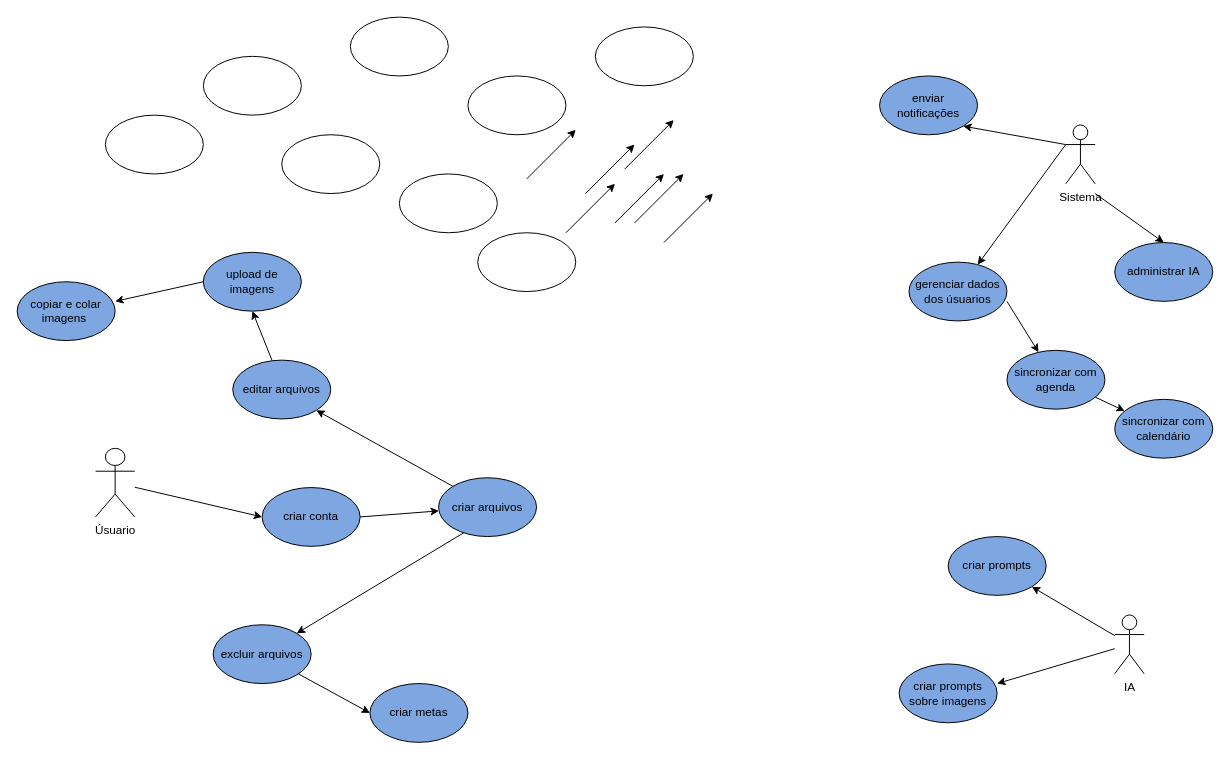
Earlier version of the draw.io diagram page "Página-1" (1 of 2) of Diagrama sem nome.drawio (neymarboliviano/FCW-AI). Source tidied: cells renumbered, new cells numbered last; positions are measured from the earlier drawing's top-left corner, leaving out a move shared by most shapes. Both pictures are drawn from the tidied source at 98%, with x=0, y=0 at pixel (17, 17).
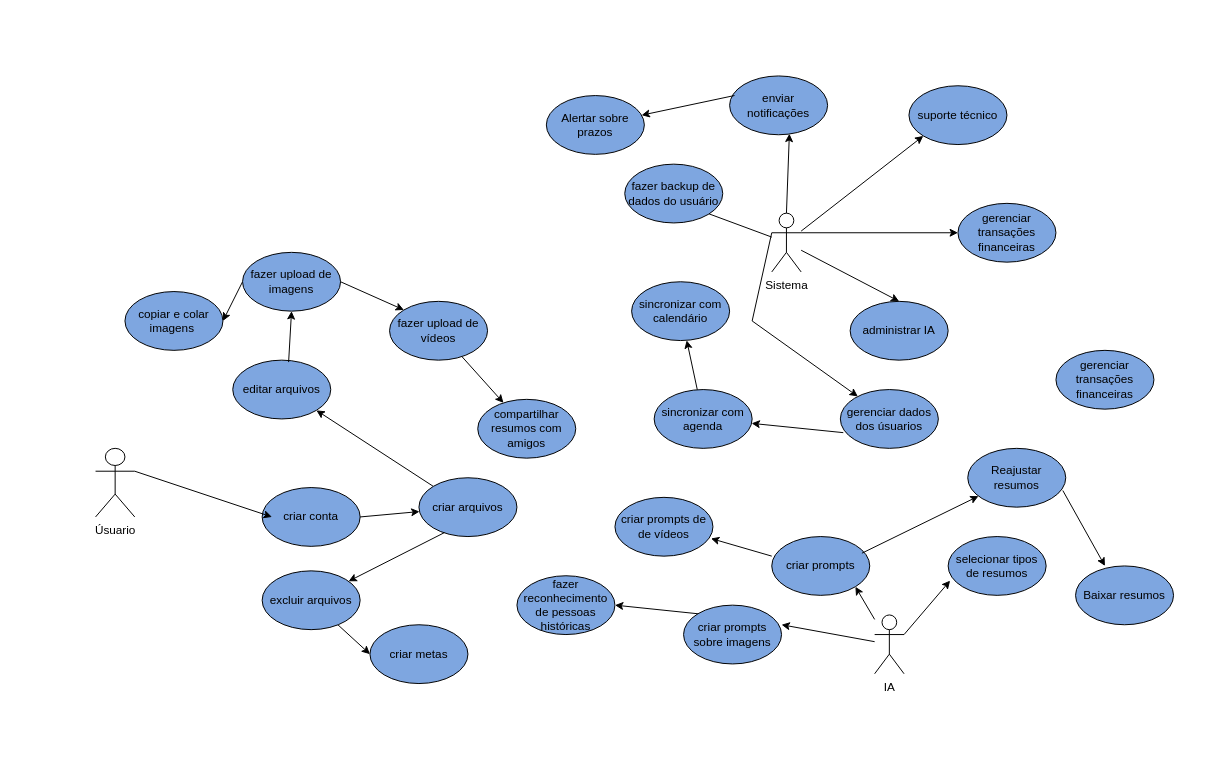
The same diagram, later.

Unchanged cells that the change refers to:
```xml
<mxCell id="2" value="editar arquivos" style="ellipse;whiteSpace=wrap;html=1;fillColor=light-dark(#7EA6E0,var(--ge-dark-color, #121212));" parent="1" vertex="1">
  <mxGeometry x="220" y="350" width="100" height="60" as="geometry" />
</mxCell>
<mxCell id="3" value="Úsuario" style="shape=umlActor;verticalLabelPosition=bottom;verticalAlign=top;html=1;outlineConnect=0;" parent="1" vertex="1">
  <mxGeometry x="80" y="440" width="40" height="70" as="geometry" />
</mxCell>
<mxCell id="7" value="criar conta" style="ellipse;whiteSpace=wrap;html=1;fillColor=light-dark(#7EA6E0,var(--ge-dark-color, #121212));" parent="1" vertex="1">
  <mxGeometry x="250" y="480" width="100" height="60" as="geometry" />
</mxCell>
```

The edit, as a diff of the source:
```diff
@@
-    <mxCell id="5" style="ellipse;whiteSpace=wrap;html=1;" parent="1" vertex="1">
-      <mxGeometry x="90" y="100" width="100" height="60" as="geometry" />
-    </mxCell>
     <mxCell id="6" value="enviar notificações" style="ellipse;whiteSpace=wrap;html=1;fillColor=light-dark(#7EA6E0,var(--ge-dark-color, #121212));" parent="1" vertex="1">
-      <mxGeometry x="880" y="60" width="100" height="60" as="geometry" />
+      <mxGeometry x="727" y="60" width="100" height="60" as="geometry" />
     </mxCell>
@@
     <mxCell id="8" value="criar metas" style="ellipse;whiteSpace=wrap;html=1;fillColor=light-dark(#7EA6E0,var(--ge-dark-color, #121212));" parent="1" vertex="1">
-      <mxGeometry x="360" y="680" width="100" height="60" as="geometry" />
+      <mxGeometry x="360" y="620" width="100" height="60" as="geometry" />
     </mxCell>
     <mxCell id="9" value="sincronizar com calendário" style="ellipse;whiteSpace=wrap;html=1;fillColor=light-dark(#7EA6E0,var(--ge-dark-color, #121212));" parent="1" vertex="1">
-      <mxGeometry x="1120" y="390" width="100" height="60" as="geometry" />
+      <mxGeometry x="627" y="270" width="100" height="60" as="geometry" />
     </mxCell>
     <mxCell id="10" value="criar prompts" style="ellipse;whiteSpace=wrap;html=1;fillColor=light-dark(#7EA6E0,var(--ge-dark-color, #121212));" parent="1" vertex="1">
-      <mxGeometry x="950" y="530" width="100" height="60" as="geometry" />
+      <mxGeometry x="770" y="530" width="100" height="60" as="geometry" />
     </mxCell>
     <mxCell id="11" value="gerenciar dados dos úsuarios" style="ellipse;whiteSpace=wrap;html=1;fillColor=light-dark(#7EA6E0,var(--ge-dark-color, #121212));" parent="1" vertex="1">
-      <mxGeometry x="910" y="250" width="100" height="60" as="geometry" />
+      <mxGeometry x="840" y="380" width="100" height="60" as="geometry" />
     </mxCell>
     <mxCell id="12" value="criar arquivos" style="ellipse;whiteSpace=wrap;html=1;fillColor=light-dark(#7EA6E0,var(--ge-dark-color, #121212));" parent="1" vertex="1">
-      <mxGeometry x="430" y="470" width="100" height="60" as="geometry" />
+      <mxGeometry x="410" y="470" width="100" height="60" as="geometry" />
     </mxCell>
     <mxCell id="13" value="excluir arquivos" style="ellipse;whiteSpace=wrap;html=1;fillColor=light-dark(#7EA6E0,var(--ge-dark-color, #121212));" parent="1" vertex="1">
-      <mxGeometry x="200" y="620" width="100" height="60" as="geometry" />
+      <mxGeometry x="250" y="565" width="100" height="60" as="geometry" />
     </mxCell>
     <mxCell id="14" value="criar prompts sobre imagens" style="ellipse;whiteSpace=wrap;html=1;fillColor=light-dark(#7EA6E0,var(--ge-dark-color, #121212));" parent="1" vertex="1">
-      <mxGeometry x="900" y="660" width="100" height="60" as="geometry" />
+      <mxGeometry x="680" y="600" width="100" height="60" as="geometry" />
     </mxCell>
     <mxCell id="15" value="copiar e colar imagens&amp;nbsp;" style="ellipse;whiteSpace=wrap;html=1;fillColor=light-dark(#7EA6E0,var(--ge-dark-color, #121212));" parent="1" vertex="1">
-      <mxGeometry y="270" width="100" height="60" as="geometry" />
+      <mxGeometry x="110" y="280" width="100" height="60" as="geometry" />
     </mxCell>
-    <mxCell id="16" style="endArrow=classic;html=1;rounded=0;entryX=0;entryY=0.5;entryDx=0;entryDy=0;" parent="1" edge="1" source="3" target="7">
-      <mxGeometry relative="1" as="geometry" />
+    <mxCell id="16" style="endArrow=classic;html=1;rounded=0;entryX=0;entryY=0.5;entryDx=0;entryDy=0;exitX=1;exitY=0.3333333333333333;exitDx=0;exitDy=0;exitPerimeter=0;" parent="1" edge="1" source="3">
+      <mxGeometry relative="1" as="geometry">
+        <mxPoint x="260" y="510" as="targetPoint" />
+      </mxGeometry>
     </mxCell>
@@
     <mxCell id="18" value="IA" style="shape=umlActor;verticalLabelPosition=bottom;verticalAlign=top;html=1;outlineConnect=0;" parent="1" vertex="1">
-      <mxGeometry x="1120" y="610" width="30" height="60" as="geometry" />
+      <mxGeometry x="875" y="610" width="30" height="60" as="geometry" />
     </mxCell>
@@
     <mxCell id="21" value="Sistema" style="shape=umlActor;verticalLabelPosition=bottom;verticalAlign=top;html=1;outlineConnect=0;" parent="1" vertex="1">
-      <mxGeometry x="1070" y="110" width="30" height="60" as="geometry" />
+      <mxGeometry x="770" y="200" width="30" height="60" as="geometry" />
     </mxCell>
@@
     <mxCell id="23" style="endArrow=classic;html=1;rounded=0;exitX=0;exitY=0.3333333333333333;exitDx=0;exitDy=0;exitPerimeter=0;" parent="1" edge="1" source="21" target="11">
-      <mxGeometry relative="1" as="geometry" />
+      <mxGeometry relative="1" as="geometry">
+        <Array as="points">
+          <mxPoint x="750" y="310" />
+        </Array>
+      </mxGeometry>
     </mxCell>
-    <mxCell id="24" style="endArrow=classic;html=1;rounded=0;exitX=1;exitY=0.667;exitDx=0;exitDy=0;exitPerimeter=0;" parent="1" edge="1" source="11" target="25">
+    <mxCell id="24" style="endArrow=classic;html=1;rounded=0;exitX=0.03;exitY=0.733;exitDx=0;exitDy=0;exitPerimeter=0;" parent="1" edge="1" source="11" target="25">
       <mxGeometry relative="1" as="geometry" />
     </mxCell>
     <mxCell id="25" value="sincronizar com agenda" style="ellipse;whiteSpace=wrap;html=1;fillColor=light-dark(#7EA6E0,var(--ge-dark-color, #121212));" parent="1" vertex="1">
-      <mxGeometry x="1010" y="340" width="100" height="60" as="geometry" />
+      <mxGeometry x="650" y="380" width="100" height="60" as="geometry" />
     </mxCell>
-    <mxCell id="26" style="endArrow=classic;html=1;rounded=0;entryX=0.5;entryY=0;entryDx=0;entryDy=0;" parent="1" edge="1" target="41">
-      <mxGeometry relative="1" as="geometry">
-        <mxPoint x="1100" y="180" as="sourcePoint" />
-      </mxGeometry>
+    <mxCell id="26" style="endArrow=classic;html=1;rounded=0;entryX=0.5;entryY=0;entryDx=0;entryDy=0;" parent="1" edge="1" source="21" target="41">
+      <mxGeometry relative="1" as="geometry" />
     </mxCell>
-    <mxCell id="27" style="endArrow=classic;html=1;rounded=0;" parent="1" edge="1">
-      <mxGeometry relative="1" as="geometry">
-        <mxPoint x="630" y="210" as="sourcePoint" />
-        <mxPoint x="680" y="160" as="targetPoint" />
-      </mxGeometry>
+    <mxCell id="27" style="endArrow=classic;html=1;rounded=0;entryX=0.03;entryY=0.333;entryDx=0;entryDy=0;entryPerimeter=0;" parent="1" edge="1" source="21" target="42">
+      <mxGeometry relative="1" as="geometry" />
     </mxCell>
-    <mxCell id="28" style="endArrow=classic;html=1;rounded=0;exitX=0;exitY=0.5;exitDx=0;exitDy=0;" parent="1" edge="1" source="39">
-      <mxGeometry relative="1" as="geometry">
-        <mxPoint x="100" y="290" as="targetPoint" />
-      </mxGeometry>
+    <mxCell id="28" style="endArrow=classic;html=1;rounded=0;exitX=0;exitY=0.5;exitDx=0;exitDy=0;entryX=1;entryY=0.5;entryDx=0;entryDy=0;" parent="1" edge="1" source="39" target="15">
+      <mxGeometry relative="1" as="geometry" />
     </mxCell>
-    <mxCell id="29" style="endArrow=classic;html=1;rounded=0;" parent="1" edge="1" source="13">
-      <mxGeometry relative="1" as="geometry">
-        <mxPoint x="360" y="710" as="targetPoint" />
-      </mxGeometry>
+    <mxCell id="29" style="endArrow=classic;html=1;rounded=0;entryX=0;entryY=0.5;entryDx=0;entryDy=0;" parent="1" edge="1" source="13" target="8">
+      <mxGeometry relative="1" as="geometry" />
     </mxCell>
@@
-    <mxCell id="31" style="endArrow=classic;html=1;rounded=0;" parent="1" edge="1">
-      <mxGeometry relative="1" as="geometry">
-        <mxPoint x="620" y="155" as="sourcePoint" />
-        <mxPoint x="670" y="105" as="targetPoint" />
-      </mxGeometry>
-    </mxCell>
-    <mxCell id="32" style="endArrow=classic;html=1;rounded=0;" parent="1" edge="1">
-      <mxGeometry relative="1" as="geometry">
-        <mxPoint x="520" y="165" as="sourcePoint" />
-        <mxPoint x="570" y="115" as="targetPoint" />
-      </mxGeometry>
+    <mxCell id="32" style="endArrow=classic;html=1;rounded=0;exitX=1;exitY=0.3333333333333333;exitDx=0;exitDy=0;exitPerimeter=0;entryX=0.02;entryY=0.75;entryDx=0;entryDy=0;entryPerimeter=0;" parent="1" edge="1" source="18" target="46">
+      <mxGeometry relative="1" as="geometry" />
     </mxCell>
-    <mxCell id="33" style="endArrow=classic;html=1;rounded=0;" parent="1" edge="1">
+    <mxCell id="33" style="endArrow=classic;html=1;rounded=0;" parent="1" edge="1" target="49">
       <mxGeometry relative="1" as="geometry">
-        <mxPoint x="580" y="180" as="sourcePoint" />
-        <mxPoint x="630" y="130" as="targetPoint" />
+        <mxPoint x="800" y="220" as="sourcePoint" />
       </mxGeometry>
     </mxCell>
-    <mxCell id="34" style="endArrow=classic;html=1;rounded=0;" parent="1" edge="1">
-      <mxGeometry relative="1" as="geometry">
-        <mxPoint x="610" y="210" as="sourcePoint" />
-        <mxPoint x="660" y="160" as="targetPoint" />
-      </mxGeometry>
+    <mxCell id="34" style="endArrow=classic;html=1;rounded=0;exitX=1;exitY=0.5;exitDx=0;exitDy=0;entryX=0;entryY=0;entryDx=0;entryDy=0;" parent="1" edge="1" source="39" target="43">
+      <mxGeometry relative="1" as="geometry" />
     </mxCell>
-    <mxCell id="35" style="endArrow=classic;html=1;rounded=0;" parent="1" edge="1">
-      <mxGeometry relative="1" as="geometry">
-        <mxPoint x="660" y="230" as="sourcePoint" />
-        <mxPoint x="710" y="180" as="targetPoint" />
-      </mxGeometry>
+    <mxCell id="35" style="endArrow=classic;html=1;rounded=0;entryX=0;entryY=1;entryDx=0;entryDy=0;" parent="1" edge="1" source="21" target="40">
+      <mxGeometry relative="1" as="geometry" />
     </mxCell>
-    <mxCell id="36" style="endArrow=classic;html=1;rounded=0;" parent="1" edge="1">
-      <mxGeometry relative="1" as="geometry">
-        <mxPoint x="560" y="220" as="sourcePoint" />
-        <mxPoint x="610" y="170" as="targetPoint" />
-      </mxGeometry>
+    <mxCell id="36" style="endArrow=classic;html=1;rounded=0;exitX=0;exitY=0.333;exitDx=0;exitDy=0;exitPerimeter=0;entryX=0.98;entryY=0.7;entryDx=0;entryDy=0;entryPerimeter=0;" parent="1" edge="1" source="10" target="44">
+      <mxGeometry relative="1" as="geometry" />
     </mxCell>
-    <mxCell id="37" style="endArrow=classic;html=1;rounded=0;entryX=1;entryY=1;entryDx=0;entryDy=0;" parent="1" edge="1" target="6">
-      <mxGeometry relative="1" as="geometry">
-        <mxPoint x="1070" y="130" as="sourcePoint" />
-      </mxGeometry>
+    <mxCell id="37" style="endArrow=classic;html=1;rounded=0;entryX=0.61;entryY=0.983;entryDx=0;entryDy=0;exitX=0.5;exitY=0;exitDx=0;exitDy=0;exitPerimeter=0;entryPerimeter=0;" parent="1" edge="1" source="21" target="6">
+      <mxGeometry relative="1" as="geometry" />
     </mxCell>
-    <mxCell id="38" style="endArrow=classic;html=1;rounded=0;" parent="1" edge="1">
-      <mxGeometry relative="1" as="geometry">
-        <mxPoint x="260" y="350" as="sourcePoint" />
-        <mxPoint x="240" y="300" as="targetPoint" />
-      </mxGeometry>
-    </mxCell>
-    <mxCell id="39" value="upload de imagens" style="ellipse;whiteSpace=wrap;html=1;fillColor=light-dark(#7EA6E0,var(--ge-dark-color, #121212));" parent="1" vertex="1">
-      <mxGeometry x="190" y="240" width="100" height="60" as="geometry" />
+    <mxCell id="39" value="fazer upload de imagens" style="ellipse;whiteSpace=wrap;html=1;fillColor=light-dark(#7EA6E0,var(--ge-dark-color, #121212));" parent="1" vertex="1">
+      <mxGeometry x="230" y="240" width="100" height="60" as="geometry" />
     </mxCell>
-    <mxCell id="40" style="ellipse;whiteSpace=wrap;html=1;" parent="1" vertex="1">
-      <mxGeometry x="470" y="220" width="100" height="60" as="geometry" />
+    <mxCell id="40" value="suporte técnico" style="ellipse;whiteSpace=wrap;html=1;fillColor=light-dark(#7EA6E0,var(--ge-dark-color, #121212));" parent="1" vertex="1">
+      <mxGeometry x="910" y="70" width="100" height="60" as="geometry" />
     </mxCell>
     <mxCell id="41" value="administrar IA" style="ellipse;whiteSpace=wrap;html=1;fillColor=light-dark(#7EA6E0,var(--ge-dark-color, #121212));" parent="1" vertex="1">
-      <mxGeometry x="1120" y="230" width="100" height="60" as="geometry" />
+      <mxGeometry x="850" y="290" width="100" height="60" as="geometry" />
     </mxCell>
-    <mxCell id="42" style="ellipse;whiteSpace=wrap;html=1;" parent="1" vertex="1">
-      <mxGeometry x="390" y="160" width="100" height="60" as="geometry" />
+    <mxCell id="42" value="fazer backup de dados do usuário" style="ellipse;whiteSpace=wrap;html=1;fillColor=light-dark(#7EA6E0,var(--ge-dark-color, #121212));" parent="1" vertex="1">
+      <mxGeometry x="620" y="150" width="100" height="60" as="geometry" />
     </mxCell>
-    <mxCell id="43" style="ellipse;whiteSpace=wrap;html=1;" parent="1" vertex="1">
-      <mxGeometry x="270" y="120" width="100" height="60" as="geometry" />
+    <mxCell id="43" value="fazer upload de vídeos" style="ellipse;whiteSpace=wrap;html=1;fillColor=light-dark(#7EA6E0,var(--ge-dark-color, #121212));" parent="1" vertex="1">
+      <mxGeometry x="380" y="290" width="100" height="60" as="geometry" />
     </mxCell>
-    <mxCell id="44" style="ellipse;whiteSpace=wrap;html=1;" parent="1" vertex="1">
-      <mxGeometry x="590" y="10" width="100" height="60" as="geometry" />
+    <mxCell id="44" value="criar prompts de de vídeos" style="ellipse;whiteSpace=wrap;html=1;fillColor=light-dark(#7EA6E0,var(--ge-dark-color, #121212));" parent="1" vertex="1">
+      <mxGeometry x="610" y="490" width="100" height="60" as="geometry" />
     </mxCell>
-    <mxCell id="45" style="ellipse;whiteSpace=wrap;html=1;" parent="1" vertex="1">
-      <mxGeometry x="460" y="60" width="100" height="60" as="geometry" />
+    <mxCell id="45" value="fazer reconhecimento de pessoas históricas" style="ellipse;whiteSpace=wrap;html=1;fillColor=light-dark(#7EA6E0,var(--ge-dark-color, #121212));" parent="1" vertex="1">
+      <mxGeometry x="510" y="570" width="100" height="60" as="geometry" />
     </mxCell>
-    <mxCell id="46" style="ellipse;whiteSpace=wrap;html=1;" parent="1" vertex="1">
-      <mxGeometry x="190" y="40" width="100" height="60" as="geometry" />
+    <mxCell id="46" value="selecionar tipos de resumos" style="ellipse;whiteSpace=wrap;html=1;fillColor=light-dark(#7EA6E0,var(--ge-dark-color, #121212));" parent="1" vertex="1">
+      <mxGeometry x="950" y="530" width="100" height="60" as="geometry" />
     </mxCell>
-    <mxCell id="47" style="ellipse;whiteSpace=wrap;html=1;" parent="1" vertex="1">
-      <mxGeometry x="340" width="100" height="60" as="geometry" />
-    </mxCell>
+    <mxCell id="48" value="compartilhar resumos com amigos" style="ellipse;whiteSpace=wrap;html=1;fillColor=light-dark(#7EA6E0,var(--ge-dark-color, #121212));" parent="1" vertex="1">
+      <mxGeometry x="470" y="390" width="100" height="60" as="geometry" />
+    </mxCell>
+    <mxCell id="49" value="gerenciar transações financeiras" style="ellipse;whiteSpace=wrap;html=1;fillColor=light-dark(#7EA6E0,var(--ge-dark-color, #121212));" parent="1" vertex="1">
+      <mxGeometry x="960" y="190" width="100" height="60" as="geometry" />
+    </mxCell>
+    <mxCell id="50" style="endArrow=classic;html=1;rounded=0;exitX=0;exitY=0;exitDx=0;exitDy=0;entryX=1;entryY=0.5;entryDx=0;entryDy=0;" parent="1" edge="1" source="14" target="45">
+      <mxGeometry relative="1" as="geometry" />
+    </mxCell>
+    <mxCell id="51" style="endArrow=classic;html=1;rounded=0;" parent="1" edge="1" source="43" target="48">
+      <mxGeometry relative="1" as="geometry" />
+    </mxCell>
+    <mxCell id="52" style="endArrow=classic;html=1;rounded=0;exitX=0.57;exitY=0.033;exitDx=0;exitDy=0;exitPerimeter=0;entryX=0.5;entryY=1;entryDx=0;entryDy=0;" parent="1" edge="1" source="2" target="39">
+      <mxGeometry relative="1" as="geometry" />
+    </mxCell>
+    <mxCell id="53" style="endArrow=classic;html=1;rounded=0;exitX=0.92;exitY=0.283;exitDx=0;exitDy=0;exitPerimeter=0;" parent="1" edge="1" source="10" target="55">
+      <mxGeometry relative="1" as="geometry" />
+    </mxCell>
+    <mxCell id="54" style="endArrow=classic;html=1;rounded=0;exitX=0.97;exitY=0.717;exitDx=0;exitDy=0;exitPerimeter=0;" parent="1" edge="1" source="55">
+      <mxGeometry relative="1" as="geometry">
+        <mxPoint x="1110" y="560" as="targetPoint" />
+      </mxGeometry>
+    </mxCell>
+    <mxCell id="55" value="Reajustar resumos" style="ellipse;whiteSpace=wrap;html=1;fillColor=light-dark(#7EA6E0,var(--ge-dark-color, #121212));" parent="1" vertex="1">
+      <mxGeometry x="970" y="440" width="100" height="60" as="geometry" />
+    </mxCell>
+    <mxCell id="56" value="Baixar resumos" style="ellipse;whiteSpace=wrap;html=1;fillColor=light-dark(#7EA6E0,var(--ge-dark-color, #121212));" parent="1" vertex="1">
+      <mxGeometry x="1080" y="560" width="100" height="60" as="geometry" />
+    </mxCell>
+    <mxCell id="57" value="gerenciar transações financeiras" style="ellipse;whiteSpace=wrap;html=1;fillColor=light-dark(#7EA6E0,var(--ge-dark-color, #121212));" parent="1" vertex="1">
+      <mxGeometry x="1060" y="340" width="100" height="60" as="geometry" />
+    </mxCell>
+    <mxCell id="58" value="Alertar sobre prazos" style="ellipse;whiteSpace=wrap;html=1;fillColor=light-dark(#7EA6E0,var(--ge-dark-color, #121212));" parent="1" vertex="1">
+      <mxGeometry x="540" y="80" width="100" height="60" as="geometry" />
+    </mxCell>
+    <mxCell id="59" style="endArrow=classic;html=1;rounded=0;exitX=0.05;exitY=0.333;exitDx=0;exitDy=0;exitPerimeter=0;" parent="1" edge="1" source="6" target="58">
+      <mxGeometry relative="1" as="geometry" />
+    </mxCell>
```
